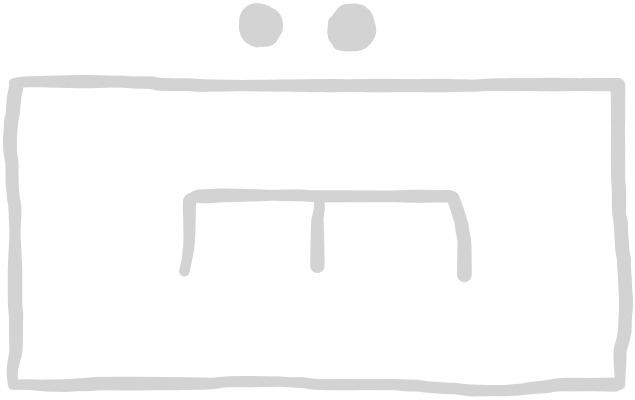
Above: factions/nato-symbols/engineers.excalidraw.png in christsven/H.E.A.T (Excalidraw), before the change. Source tidied: one line per element, renumbered; positions are measured from the earlier drawing's top-left corner, leaving out a move shared by most shapes.
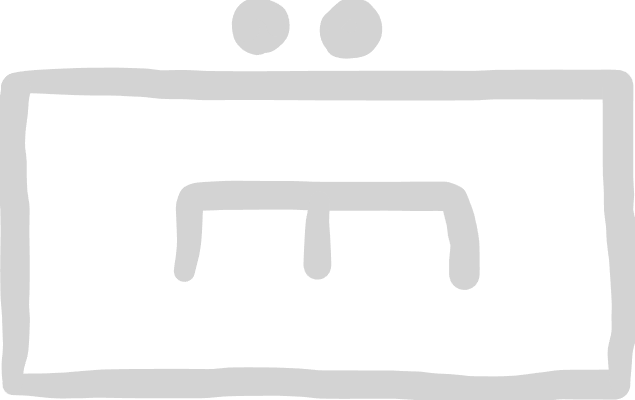
After the change.

The edit, as a diff of the source:
```diff
@@ -1,11 +1,11 @@
-{"id": 0, "type": "freedraw", "strokeColor": "#1e1e1e", "strokeWidth": 2, "roughness": 1, "x": 4, "y": 74, "width": 602, "height": 4, "points": [[0, 0], [21, -2], [45, -2], [60, -2], [84, -2], [116, -1], [137, -1], [159, 1], [183, 2], [218, 2], [249, 2], [273, 2], [296, 2], [315, 2], [341, 2], [359, 2], [384, 2], [407, 2], [426, 2], [458, 2], [482, 1], [504, 1], [525, 1], [545, 1], [572, 1], [590, 1]]}
+{"id": 0, "type": "freedraw", "strokeColor": "#1e1e1e", "strokeWidth": 4, "roughness": 1, "x": 4, "y": 74, "width": 602, "height": 4, "points": [[0, 0], [21, -2], [45, -2], [60, -2], [84, -2], [116, -1], [137, -1], [159, 1], [183, 2], [218, 2], [249, 2], [273, 2], [296, 2], [315, 2], [341, 2], [359, 2], [384, 2], [407, 2], [426, 2], [458, 2], [482, 1], [504, 1], [525, 1], [545, 1], [572, 1], [590, 1]]}
-{"id": 1, "type": "freedraw", "strokeColor": "#1e1e1e", "strokeWidth": 2, "roughness": 1, "x": 3, "y": 375, "width": 603, "height": 9, "points": [[0, 0], [18, 0], [40, 1], [61, 0], [78, 0], [97, -1], [115, -1], [138, -1], [162, -1], [193, -1], [229, -3], [267, -3], [298, 0], [330, 0], [366, 0], [391, 1], [423, 3], [453, 6], [487, 6], [514, 5], [534, 2], [552, 0], [573, 0], [589, 0], [601, 0]]}
+{"id": 1, "type": "freedraw", "strokeColor": "#1e1e1e", "strokeWidth": 4, "roughness": 1, "x": 3, "y": 375, "width": 603, "height": 9, "points": [[0, 0], [18, 0], [40, 1], [61, 0], [78, 0], [97, -1], [115, -1], [138, -1], [162, -1], [193, -1], [229, -3], [267, -3], [298, 0], [330, 0], [366, 0], [391, 1], [423, 3], [453, 6], [487, 6], [514, 5], [534, 2], [552, 0], [573, 0], [589, 0], [601, 0]]}
-{"id": 2, "type": "freedraw", "strokeColor": "#1e1e1e", "strokeWidth": 2, "roughness": 1, "x": 610, "y": 375, "width": 8, "height": 300, "points": [[0, 0], [0, -9], [0, -16], [0, -25], [0, -33], [3, -48], [5, -60], [6, -75], [6, -84], [5, -99], [4, -114], [4, -123], [2, -132], [2, -144], [1, -160], [-1, -169], [-1, -178], [-1, -187], [-2, -202], [-2, -214], [-2, -223], [-2, -232], [-2, -246], [-2, -259], [-2, -268], [-2, -279], [-2, -286], [-2, -295]]}
+{"id": 2, "type": "freedraw", "strokeColor": "#1e1e1e", "strokeWidth": 4, "roughness": 1, "x": 610, "y": 375, "width": 8, "height": 300, "points": [[0, 0], [0, -9], [0, -16], [0, -25], [0, -33], [3, -48], [5, -60], [6, -75], [6, -84], [5, -99], [4, -114], [4, -123], [2, -132], [2, -144], [1, -160], [-1, -169], [-1, -178], [-1, -187], [-2, -202], [-2, -214], [-2, -223], [-2, -232], [-2, -246], [-2, -259], [-2, -268], [-2, -279], [-2, -286], [-2, -295]]}
-{"id": 3, "type": "freedraw", "strokeColor": "#1e1e1e", "strokeWidth": 2, "roughness": 1, "x": 3, "y": 373, "width": 6, "height": 295, "points": [[0, 0], [-1, -7], [0, -19], [1, -26], [3, -35], [3, -43], [3, -53], [3, -64], [3, -73], [2, -83], [2, -92], [2, -101], [2, -112], [2, -137], [2, -160], [2, -167], [0, -184], [-1, -199], [-1, -215], [-1, -226], [-3, -235], [-3, -247], [-2, -259], [0, -268], [0, -275], [1, -283], [1, -290]]}
+{"id": 3, "type": "freedraw", "strokeColor": "#1e1e1e", "strokeWidth": 4, "roughness": 1, "x": 3, "y": 373, "width": 6, "height": 295, "points": [[0, 0], [-1, -7], [0, -19], [1, -26], [3, -35], [3, -43], [3, -53], [3, -64], [3, -73], [2, -83], [2, -92], [2, -101], [2, -112], [2, -137], [2, -160], [2, -167], [0, -184], [-1, -199], [-1, -215], [-1, -226], [-3, -235], [-3, -247], [-2, -259], [0, -268], [0, -275], [1, -283], [1, -290]]}
-{"id": 4, "type": "freedraw", "strokeColor": "#1e1e1e", "strokeWidth": 2, "roughness": 1, "x": 249, "y": 16, "width": 17, "height": 13, "points": [[0, 0], [-3, 0], [-5, 1], [-6, 2], [-6, 5], [-4, 8], [-1, 10], [2, 11], [5, 11], [8, 11], [10, 10], [11, 7], [11, 4], [10, 3], [9, 0], [6, -2], [3, -2], [0, -2], [-2, 1], [-3, 2], [-2, 4], [-1, 5], [1, 7], [4, 8]]}
+{"id": 4, "type": "freedraw", "strokeColor": "#1e1e1e", "strokeWidth": 4, "roughness": 1, "x": 249, "y": 16, "width": 17, "height": 13, "points": [[0, 0], [-3, 0], [-5, 1], [-6, 2], [-6, 5], [-4, 8], [-1, 10], [2, 11], [5, 11], [8, 11], [10, 10], [11, 7], [11, 4], [10, 3], [9, 0], [6, -2], [3, -2], [0, -2], [-2, 1], [-3, 2], [-2, 4], [-1, 5], [1, 7], [4, 8]]}
-{"id": 5, "type": "freedraw", "strokeColor": "#1e1e1e", "strokeWidth": 2, "roughness": 1, "x": 339, "y": 14, "width": 27, "height": 21, "points": [[0, 0], [-8, 1], [-9, 9], [-5, 13], [2, 15], [8, 12], [10, 5], [6, -1], [-2, -1], [-8, 1], [-9, 9], [-2, 12], [5, 12], [10, 8], [10, 0], [4, -3], [-5, -3], [-12, -2], [-14, 6], [-14, 13], [-10, 18], [-2, 18], [7, 17], [11, 11], [13, 5], [12, -1], [4, -3]]}
+{"id": 5, "type": "freedraw", "strokeColor": "#1e1e1e", "strokeWidth": 4, "roughness": 1, "x": 339, "y": 14, "width": 27, "height": 21, "points": [[0, 0], [-8, 1], [-9, 9], [-5, 13], [2, 15], [8, 12], [10, 5], [6, -1], [-2, -1], [-8, 1], [-9, 9], [-2, 12], [5, 12], [10, 8], [10, 0], [4, -3], [-5, -3], [-12, -2], [-14, 6], [-14, 13], [-10, 18], [-2, 18], [7, 17], [11, 11], [13, 5], [12, -1], [4, -3]]}
-{"id": 6, "type": "freedraw", "strokeColor": "#1e1e1e", "strokeWidth": 2, "roughness": 1, "x": 259, "y": 9, "width": 29, "height": 28, "points": [[0, 0], [-7, 0], [-13, 0], [-18, 2], [-19, 5], [-21, 8], [-21, 12], [-18, 17], [-14, 18], [-11, 20], [-8, 21], [-3, 21], [1, 20], [3, 16], [6, 13], [7, 8], [7, 4], [6, -1], [2, -4], [-3, -5], [-9, -7], [-13, -7], [-18, -6], [-19, -3], [-22, -1], [-22, 3], [-22, 8], [-22, 12], [-20, 17], [-17, 20], [-14, 21], [-11, 21]]}
+{"id": 6, "type": "freedraw", "strokeColor": "#1e1e1e", "strokeWidth": 4, "roughness": 1, "x": 259, "y": 9, "width": 29, "height": 28, "points": [[0, 0], [-7, 0], [-13, 0], [-18, 2], [-19, 5], [-21, 8], [-21, 12], [-18, 17], [-14, 18], [-11, 20], [-8, 21], [-3, 21], [1, 20], [3, 16], [6, 13], [7, 8], [7, 4], [6, -1], [2, -4], [-3, -5], [-9, -7], [-13, -7], [-18, -6], [-19, -3], [-22, -1], [-22, 3], [-22, 8], [-22, 12], [-20, 17], [-17, 20], [-14, 21], [-11, 21]]}
-{"id": 7, "type": "freedraw", "strokeColor": "#1e1e1e", "strokeWidth": 2, "roughness": 1, "x": 323, "y": 12, "width": 36, "height": 34, "points": [[0, 0], [1, -1], [4, -4], [6, -7], [7, -9], [10, -10], [12, -12], [15, -12], [18, -12], [21, -12], [24, -12], [27, -12], [28, -11], [31, -8], [33, -6], [33, -3], [34, -2], [34, 1], [36, 4], [36, 7], [36, 10], [36, 13], [35, 15], [33, 16], [32, 18], [29, 19], [27, 21], [24, 22], [21, 22], [18, 22], [15, 22], [12, 22], [9, 22], [8, 21], [6, 21]]}
+{"id": 7, "type": "freedraw", "strokeColor": "#1e1e1e", "strokeWidth": 4, "roughness": 1, "x": 323, "y": 12, "width": 36, "height": 34, "points": [[0, 0], [1, -1], [4, -4], [6, -7], [7, -9], [10, -10], [12, -12], [15, -12], [18, -12], [21, -12], [24, -12], [27, -12], [28, -11], [31, -8], [33, -6], [33, -3], [34, -2], [34, 1], [36, 4], [36, 7], [36, 10], [36, 13], [35, 15], [33, 16], [32, 18], [29, 19], [27, 21], [24, 22], [21, 22], [18, 22], [15, 22], [12, 22], [9, 22], [8, 21], [6, 21]]}
-{"id": 8, "type": "freedraw", "strokeColor": "#1e1e1e", "strokeWidth": 2, "roughness": 1, "x": 266, "y": 17, "width": 31, "height": 19, "points": [[0, 0], [1, 0], [1, -2], [1, -3], [1, -5], [0, -5], [0, -6], [-1, -8], [-1, -9], [-1, -11], [-3, -11], [-3, -12], [-4, -12], [-6, -14], [-7, -14], [-7, -15], [-9, -15], [-10, -15], [-12, -15], [-12, -17], [-13, -17], [-15, -17], [-16, -17], [-18, -17], [-19, -17], [-21, -17], [-22, -17], [-24, -17], [-25, -17], [-25, -16], [-27, -16], [-28, -14], [-28, -13], [-30, -11], [-30, -10], [-30, -8], [-30, -7], [-30, -5], [-30, -4], [-30, -2], [-30, -1], [-30, 1], [-30, 2], [-30, 2]]}
+{"id": 8, "type": "freedraw", "strokeColor": "#1e1e1e", "strokeWidth": 4, "roughness": 1, "x": 266, "y": 17, "width": 31, "height": 19, "points": [[0, 0], [1, 0], [1, -2], [1, -3], [1, -5], [0, -5], [0, -6], [-1, -8], [-1, -9], [-1, -11], [-3, -11], [-3, -12], [-4, -12], [-6, -14], [-7, -14], [-7, -15], [-9, -15], [-10, -15], [-12, -15], [-12, -17], [-13, -17], [-15, -17], [-16, -17], [-18, -17], [-19, -17], [-21, -17], [-22, -17], [-24, -17], [-25, -17], [-25, -16], [-27, -16], [-28, -14], [-28, -13], [-30, -11], [-30, -10], [-30, -8], [-30, -7], [-30, -5], [-30, -4], [-30, -2], [-30, -1], [-30, 1], [-30, 2], [-30, 2]]}
-{"id": 9, "type": "freedraw", "strokeColor": "#1e1e1e", "strokeWidth": 2, "roughness": 1, "x": 174, "y": 261, "width": 280, "height": 80, "points": [[0, 0], [4, -16], [5, -39], [5, -55], [5, -67], [10, -73], [20, -75], [35, -76], [61, -76], [94, -76], [116, -76], [140, -75], [166, -75], [193, -75], [215, -75], [229, -75], [250, -75], [266, -75], [272, -66], [277, -50], [278, -36], [280, -26], [280, -17], [280, -8], [280, 1]]}
+{"id": 9, "type": "freedraw", "strokeColor": "#1e1e1e", "strokeWidth": 4, "roughness": 1, "x": 174, "y": 261, "width": 280, "height": 80, "points": [[0, 0], [4, -16], [5, -39], [5, -55], [5, -67], [10, -73], [20, -75], [35, -76], [61, -76], [94, -76], [116, -76], [140, -75], [166, -75], [193, -75], [215, -75], [229, -75], [250, -75], [266, -75], [272, -66], [277, -50], [278, -36], [280, -26], [280, -17], [280, -8], [280, 1]]}
-{"id": 10, "type": "freedraw", "strokeColor": "#1e1e1e", "strokeWidth": 2, "roughness": 1, "x": 309, "y": 191, "width": 2, "height": 65, "points": [[0, 0], [0, 1], [0, 2], [0, 5], [0, 7], [0, 10], [0, 11], [-2, 14], [-2, 16], [-2, 17], [-2, 19], [-2, 20], [-2, 22], [-2, 25], [-2, 26], [-2, 28], [-2, 29], [-2, 31], [-2, 32], [-2, 34], [-2, 37], [-2, 38], [-2, 40], [-2, 41], [-2, 43], [-2, 44], [-2, 46], [-2, 47], [-2, 49], [-2, 50], [-2, 52], [-2, 53], [-2, 55], [-2, 56], [-2, 58], [-2, 59], [-2, 61], [-2, 62], [-2, 64], [-2, 65], [-2, 65]]}
+{"id": 10, "type": "freedraw", "strokeColor": "#1e1e1e", "strokeWidth": 4, "roughness": 1, "x": 309, "y": 191, "width": 2, "height": 65, "points": [[0, 0], [0, 1], [0, 2], [0, 5], [0, 7], [0, 10], [0, 11], [-2, 14], [-2, 16], [-2, 17], [-2, 19], [-2, 20], [-2, 22], [-2, 25], [-2, 26], [-2, 28], [-2, 29], [-2, 31], [-2, 32], [-2, 34], [-2, 37], [-2, 38], [-2, 40], [-2, 41], [-2, 43], [-2, 44], [-2, 46], [-2, 47], [-2, 49], [-2, 50], [-2, 52], [-2, 53], [-2, 55], [-2, 56], [-2, 58], [-2, 59], [-2, 61], [-2, 62], [-2, 64], [-2, 65], [-2, 65]]}
```
